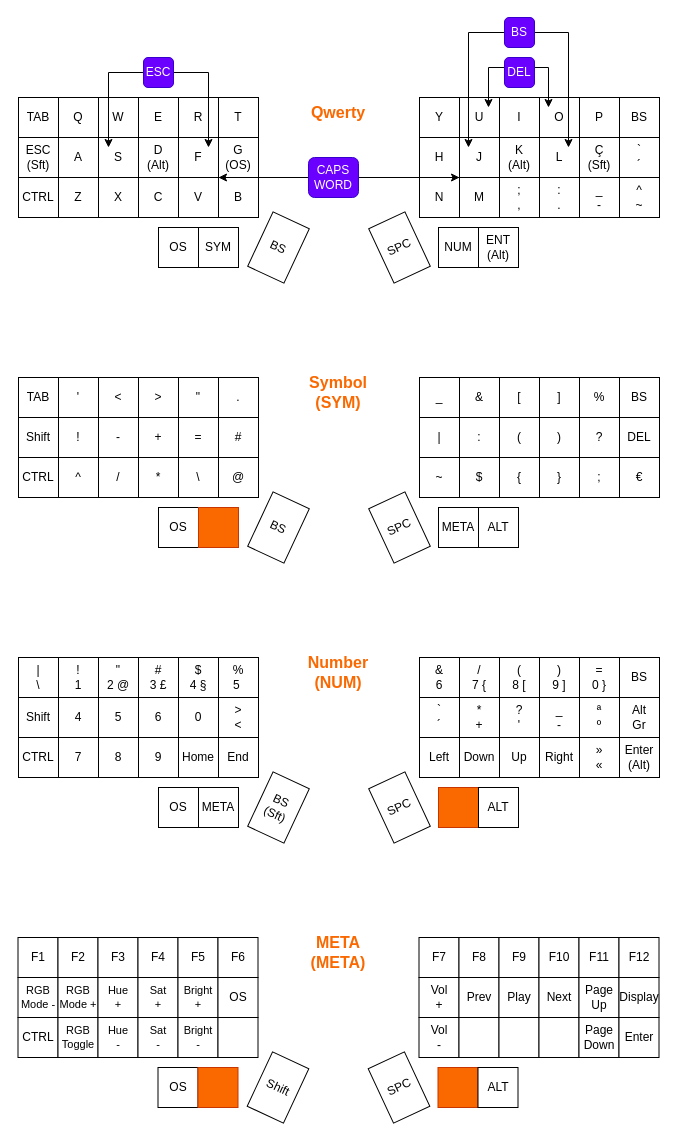
Before: keymap.drawio in easilok/qmk-build, a draw.io diagram. Source tidied: cells renumbered, new cells numbered last; positions are measured from the earlier drawing's top-left corner, leaving out a move shared by most shapes. Both pictures are drawn from the tidied source at 100%, with x=0, y=0 at pixel (18, 17).
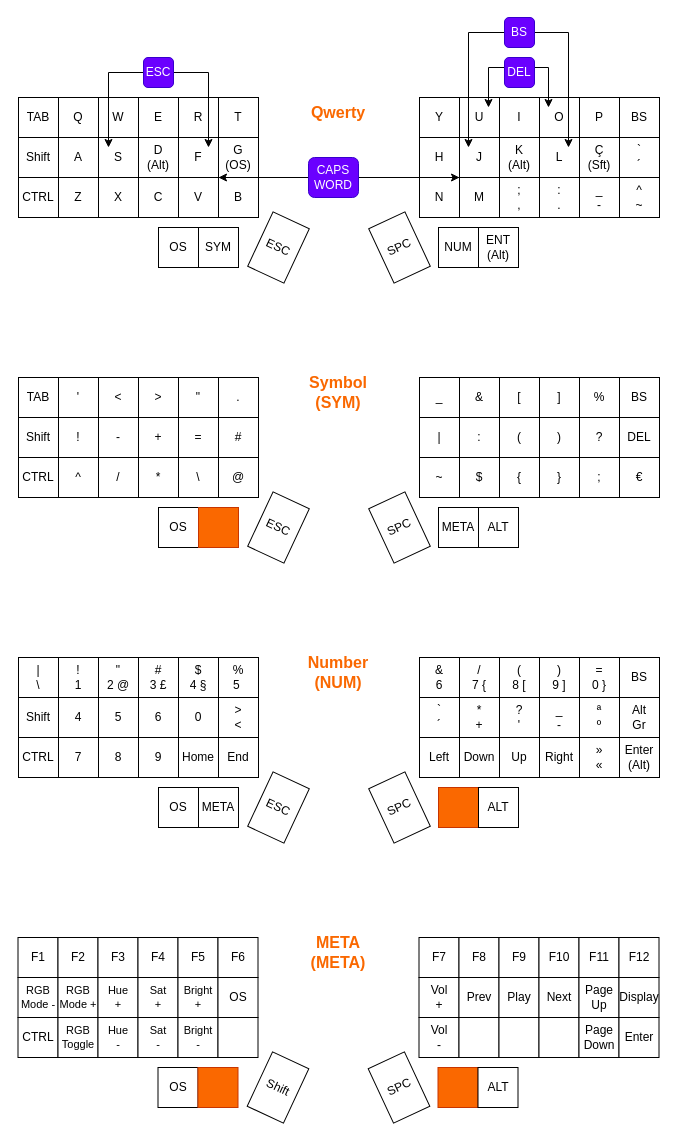
The same diagram, later.

The edit, as a diff of the source:
```diff
@@
-    <mxCell id="26" value="ESC&lt;br&gt;(Sft)" style="rounded=0;whiteSpace=wrap;html=1;" parent="1" vertex="1">
+    <mxCell id="26" value="Shift" style="rounded=0;whiteSpace=wrap;html=1;" parent="1" vertex="1">
       <mxGeometry y="120" width="40" height="40" as="geometry" />
     </mxCell>
@@
-    <mxCell id="41" value="BS" style="rounded=0;whiteSpace=wrap;html=1;rotation=25;" parent="1" vertex="1">
+    <mxCell id="41" value="ESC" style="rounded=0;whiteSpace=wrap;html=1;rotation=25;" parent="1" vertex="1">
       <mxGeometry x="240" y="200" width="40" height="60" as="geometry" />
     </mxCell>
@@
-    <mxCell id="96" value="BS" style="rounded=0;whiteSpace=wrap;html=1;rotation=25;" parent="1" vertex="1">
+    <mxCell id="96" value="ESC" style="rounded=0;whiteSpace=wrap;html=1;rotation=25;" parent="1" vertex="1">
       <mxGeometry x="240" y="480" width="40" height="60" as="geometry" />
     </mxCell>
@@
-    <mxCell id="139" value="BS&lt;br&gt;(Sft)" style="rounded=0;whiteSpace=wrap;html=1;rotation=25;" parent="1" vertex="1">
+    <mxCell id="139" value="ESC" style="rounded=0;whiteSpace=wrap;html=1;rotation=25;" parent="1" vertex="1">
       <mxGeometry x="240" y="760" width="40" height="60" as="geometry" />
     </mxCell>
```
